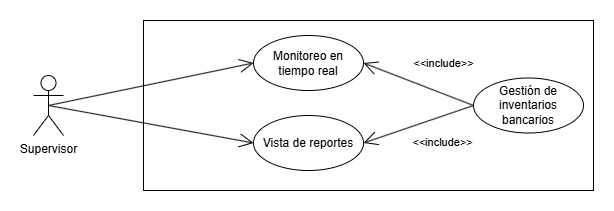
Earlier version of the draw.io export Documentacion/cdu/DCDU-4.6.png (USAC-ROBD/AYD2_PROYECTO_G7). Source tidied: cells renumbered, new cells last; positions are measured from the earlier drawing's top-left corner, leaving out a move shared by most shapes. Source of this version:
```xml
<mxGraphModel>
  <root>
    <mxCell id="0" />
    <mxCell id="1" parent="0" />
    <mxCell id="2" value="Supervisor" style="shape=umlActor;verticalLabelPosition=bottom;verticalAlign=top;html=1;" parent="1" vertex="1">
      <mxGeometry y="55" width="30" height="60" as="geometry" />
    </mxCell>
    <mxCell id="3" style="html=1;whiteSpace=wrap;" parent="1" vertex="1">
      <mxGeometry x="110" width="450" height="170" as="geometry" />
    </mxCell>
    <mxCell id="4" value="Monitoreo en tiempo real" style="ellipse;whiteSpace=wrap;html=1;" parent="1" vertex="1">
      <mxGeometry x="220" y="15" width="110" height="55" as="geometry" />
    </mxCell>
    <mxCell id="5" style="endArrow=open;endFill=1;endSize=12;html=1;rounded=0;exitX=0.5;exitY=0.5;exitDx=0;exitDy=0;exitPerimeter=0;entryX=0;entryY=0.5;entryDx=0;entryDy=0;" parent="1" edge="1" source="2" target="4">
      <mxGeometry relative="1" as="geometry" />
    </mxCell>
    <mxCell id="6" value="Vista de reportes" style="ellipse;whiteSpace=wrap;html=1;" parent="1" vertex="1">
      <mxGeometry x="220" y="95" width="110" height="55" as="geometry" />
    </mxCell>
    <mxCell id="7" style="endArrow=open;endFill=1;endSize=12;html=1;rounded=0;exitX=0.5;exitY=0.5;exitDx=0;exitDy=0;exitPerimeter=0;entryX=0;entryY=0.5;entryDx=0;entryDy=0;" parent="1" edge="1" source="2" target="6">
      <mxGeometry relative="1" as="geometry" />
    </mxCell>
    <mxCell id="8" value="Gestión de inventarios bancarios" style="ellipse;whiteSpace=wrap;html=1;" parent="1" vertex="1">
      <mxGeometry x="440" y="57.5" width="110" height="55" as="geometry" />
    </mxCell>
    <mxCell id="9" style="endArrow=open;endFill=1;endSize=12;html=1;rounded=0;exitX=0;exitY=0.5;exitDx=0;exitDy=0;entryX=1;entryY=0.5;entryDx=0;entryDy=0;" parent="1" edge="1" source="8" target="4">
      <mxGeometry relative="1" as="geometry" />
    </mxCell>
    <mxCell id="10" value="&amp;lt;&amp;lt;include&amp;gt;&amp;gt;" style="edgeLabel;html=1;align=center;verticalAlign=middle;" parent="9" vertex="1">
      <mxGeometry x="-0.25" y="-1" relative="1" as="geometry">
        <mxPoint x="10" y="-26" as="offset" />
      </mxGeometry>
    </mxCell>
    <mxCell id="11" style="endArrow=open;endFill=1;endSize=12;html=1;rounded=0;entryX=1;entryY=0.5;entryDx=0;entryDy=0;exitX=0;exitY=0.5;exitDx=0;exitDy=0;" parent="1" edge="1" source="8" target="6">
      <mxGeometry relative="1" as="geometry" />
    </mxCell>
    <mxCell id="12" value="&amp;lt;&amp;lt;include&amp;gt;&amp;gt;" style="edgeLabel;html=1;align=center;verticalAlign=middle;" parent="11" vertex="1">
      <mxGeometry x="-0.25" y="-1" relative="1" as="geometry">
        <mxPoint x="10" y="24" as="offset" />
      </mxGeometry>
    </mxCell>
  </root>
</mxGraphModel>
```
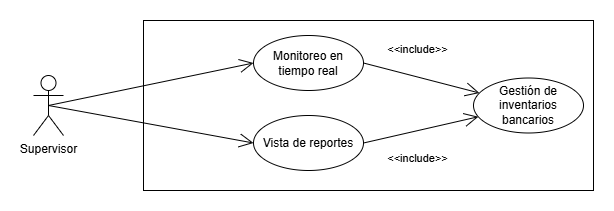
The same file after the commit.

Commit message:
[ADD] Se agrega el diagrama del patron factory

The edit, as a diff of the source:
```diff
@@ -23,7 +23,7 @@
     <mxCell id="8" value="Gestión de inventarios bancarios" style="ellipse;whiteSpace=wrap;html=1;" parent="1" vertex="1">
       <mxGeometry x="440" y="57.5" width="110" height="55" as="geometry" />
     </mxCell>
-    <mxCell id="9" style="endArrow=open;endFill=1;endSize=12;html=1;rounded=0;exitX=0;exitY=0.5;exitDx=0;exitDy=0;entryX=1;entryY=0.5;entryDx=0;entryDy=0;" parent="1" edge="1" source="8" target="4">
+    <mxCell id="9" style="endArrow=open;endFill=1;endSize=12;html=1;rounded=0;exitX=1;exitY=0.5;exitDx=0;exitDy=0;" parent="1" edge="1" source="4" target="8">
       <mxGeometry relative="1" as="geometry" />
     </mxCell>
     <mxCell id="10" value="&amp;lt;&amp;lt;include&amp;gt;&amp;gt;" style="edgeLabel;html=1;align=center;verticalAlign=middle;" parent="9" vertex="1">
@@ -31,7 +31,7 @@
         <mxPoint x="10" y="-26" as="offset" />
       </mxGeometry>
     </mxCell>
-    <mxCell id="11" style="endArrow=open;endFill=1;endSize=12;html=1;rounded=0;entryX=1;entryY=0.5;entryDx=0;entryDy=0;exitX=0;exitY=0.5;exitDx=0;exitDy=0;" parent="1" edge="1" source="8" target="6">
+    <mxCell id="11" style="endArrow=open;endFill=1;endSize=12;html=1;rounded=0;exitX=1;exitY=0.5;exitDx=0;exitDy=0;" parent="1" edge="1" source="6" target="8">
       <mxGeometry relative="1" as="geometry" />
     </mxCell>
     <mxCell id="12" value="&amp;lt;&amp;lt;include&amp;gt;&amp;gt;" style="edgeLabel;html=1;align=center;verticalAlign=middle;" parent="11" vertex="1">
```
